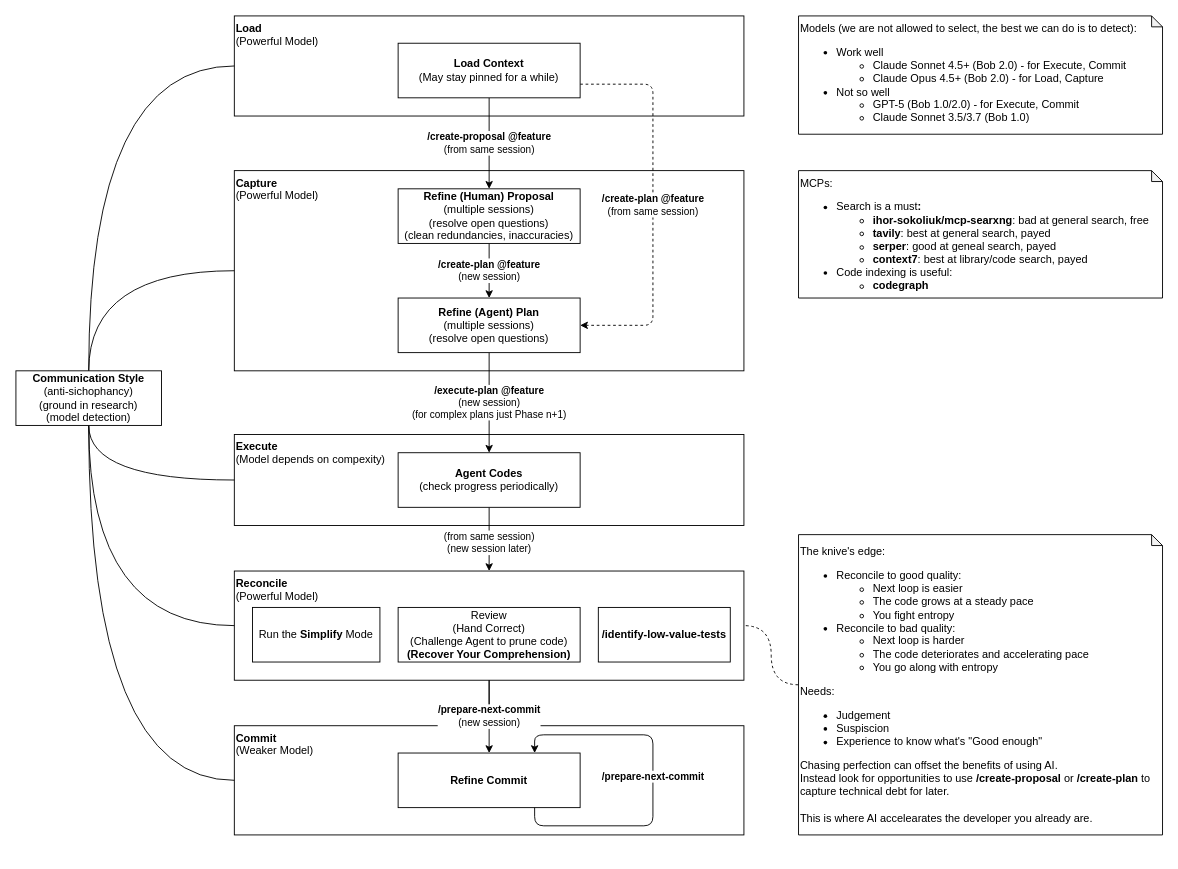
Before: page "flow" (1 of 3) of docs/architecture/architecture.drawio in Todor-Boev-IBM/ratchet, a draw.io diagram. Source tidied: cells renumbered, new cells numbered last; positions are measured from the earlier drawing's top-left corner, leaving out a move shared by most shapes. Both pictures are drawn from the tidied source at 91%, with x=0, y=0 at pixel (15, 15).
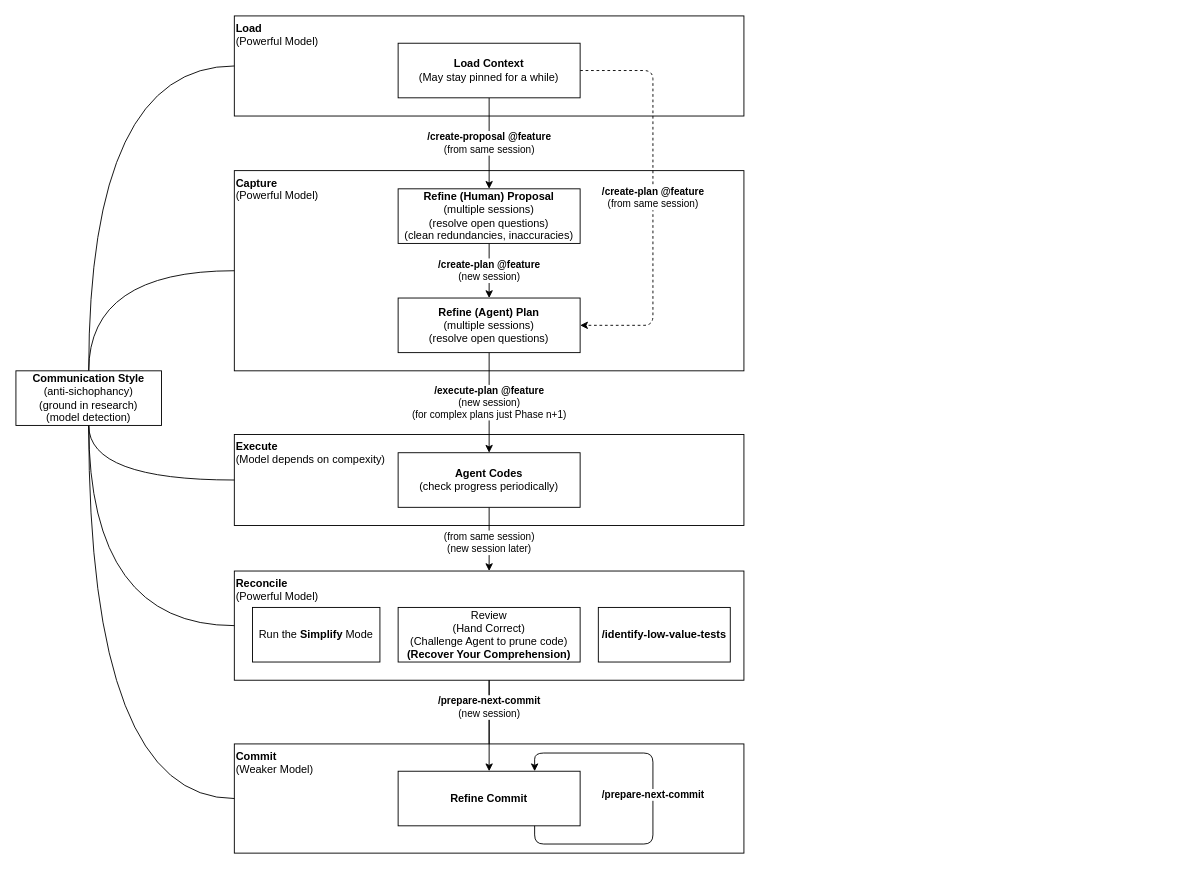
The same page after the edit.

Commit message (it also covers changes not shown here):
docs(architecture): expand ratchet process with models and tools sections

Unchanged cells that the change refers to:
```xml
<mxCell id="5" value="&lt;b&gt;Reconcile&lt;/b&gt;&lt;br&gt;(Powerful Model)" style="rounded=0;whiteSpace=wrap;html=1;arcSize=2;verticalAlign=top;align=left;" parent="1" vertex="1">
  <mxGeometry x="240" y="610" width="560" height="120" as="geometry" />
</mxCell>
<mxCell id="10" value="&lt;b&gt;Load Context&lt;/b&gt;&lt;br&gt;(May stay pinned for a while)" style="rounded=0;whiteSpace=wrap;html=1;" parent="1" vertex="1">
  <mxGeometry x="420" y="30" width="200" height="60" as="geometry" />
</mxCell>
<mxCell id="14" value="&lt;span style=&quot;white-space: nowrap;&quot;&gt;&lt;font&gt;&lt;b style=&quot;&quot;&gt;Refine (Agent) Plan&lt;br&gt;&lt;/b&gt;(multiple sessions)&lt;br&gt;(resolve open questions)&lt;/font&gt;&lt;/span&gt;" style="rounded=0;whiteSpace=wrap;html=1;" parent="1" vertex="1">
  <mxGeometry x="420" y="310" width="200" height="60" as="geometry" />
</mxCell>
```

Change to the diagram source:
```diff
@@
     <mxCell id="4" value="&lt;b&gt;Commit&lt;/b&gt;&lt;br&gt;(Weaker Model)" style="rounded=0;whiteSpace=wrap;html=1;arcSize=2;verticalAlign=top;align=left;" parent="1" vertex="1">
-      <mxGeometry x="240" y="780" width="560" height="120" as="geometry" />
+      <mxGeometry x="240" y="800" width="560" height="120" as="geometry" />
     </mxCell>
@@
-    <mxCell id="9" value="&lt;b&gt;/create-plan @feature&lt;br&gt;&lt;/b&gt;(from same session)" style="edgeStyle=orthogonalEdgeStyle;rounded=1;jettySize=auto;html=1;exitX=1;exitY=0.75;exitDx=0;exitDy=0;entryX=1;entryY=0.5;entryDx=0;entryDy=0;curved=0;dashed=1;" parent="1" edge="1" source="10" target="14">
+    <mxCell id="9" value="&lt;b&gt;/create-plan @feature&lt;br&gt;&lt;/b&gt;(from same session)" style="edgeStyle=orthogonalEdgeStyle;rounded=1;jettySize=auto;html=1;exitX=1;exitY=0.5;exitDx=0;exitDy=0;entryX=1;entryY=0.5;entryDx=0;entryDy=0;curved=0;dashed=1;" parent="1" edge="1" source="10" target="14">
       <mxGeometry relative="1" as="geometry">
         <Array as="points">
-          <mxPoint x="700" y="75" />
+          <mxPoint x="700" y="60" />
           <mxPoint x="700" y="340" />
         </Array>
       </mxGeometry>
     </mxCell>
@@
     <mxCell id="15" value="&lt;b&gt;/prepare-next-commit&lt;/b&gt;&lt;br&gt;(new session)" style="edgeStyle=orthogonalEdgeStyle;rounded=1;jettySize=auto;html=1;exitX=0.5;exitY=1;exitDx=0;exitDy=0;curved=0;entryX=0.5;entryY=0;entryDx=0;entryDy=0;" parent="1" edge="1" source="5" target="18">
-      <mxGeometry relative="1" as="geometry" />
+      <mxGeometry x="-0.4" relative="1" as="geometry" />
     </mxCell>
@@
     <mxCell id="18" value="&lt;b&gt;Refine Commit&lt;/b&gt;" style="rounded=0;whiteSpace=wrap;html=1;" parent="1" vertex="1">
-      <mxGeometry x="420" y="810" width="200" height="60" as="geometry" />
+      <mxGeometry x="420" y="830" width="200" height="60" as="geometry" />
     </mxCell>
@@
     <mxCell id="28" value="&lt;b&gt;/prepare-next-commit&lt;/b&gt;" style="edgeStyle=orthogonalEdgeStyle;rounded=1;orthogonalLoop=1;jettySize=auto;html=1;exitX=0.75;exitY=1;exitDx=0;exitDy=0;entryX=0.75;entryY=0;entryDx=0;entryDy=0;curved=0;innerLoopWaypoints=1;" parent="1" edge="1" source="18" target="18">
       <mxGeometry x="0.02" relative="1" as="geometry">
         <Array as="points">
-          <mxPoint x="570" y="890" />
-          <mxPoint x="700" y="890" />
-          <mxPoint x="700" y="790" />
-          <mxPoint x="570" y="790" />
+          <mxPoint x="570" y="910" />
+          <mxPoint x="700" y="910" />
+          <mxPoint x="700" y="810" />
+          <mxPoint x="570" y="810" />
         </Array>
       </mxGeometry>
     </mxCell>
-    <mxCell id="29" value="&lt;span style=&quot;&quot;&gt;Models (we are not allowed to select, the best we can do is to detect):&lt;/span&gt;&lt;br style=&quot;&quot;&gt;&lt;ul style=&quot;&quot;&gt;&lt;li&gt;Work well&lt;/li&gt;&lt;ul&gt;&lt;li&gt;Claude Sonnet 4.5+ (Bob 2.0) - for Execute, Commit&lt;/li&gt;&lt;li&gt;Claude Opus 4.5+ (Bob 2.0) - for Load, Capture&lt;/li&gt;&lt;/ul&gt;&lt;li&gt;Not so well&lt;/li&gt;&lt;ul&gt;&lt;li&gt;GPT-5 (Bob 1.0/2.0) - for Execute, Commit&lt;/li&gt;&lt;li&gt;Claude Sonnet 3.5/3.7 (Bob 1.0)&lt;/li&gt;&lt;/ul&gt;&lt;/ul&gt;" style="shape=note;whiteSpace=wrap;html=1;backgroundOutline=1;darkOpacity=0.05;size=12;align=left;verticalAlign=top;" parent="1" vertex="1">
-      <mxGeometry x="860" width="400" height="130" as="geometry" />
-    </mxCell>
-    <mxCell id="30" value="&lt;span style=&quot;&quot;&gt;MCPs:&lt;/span&gt;&lt;br style=&quot;&quot;&gt;&lt;div style=&quot;&quot;&gt;&lt;ul&gt;&lt;li&gt;Search is a must&lt;b&gt;:&lt;/b&gt;&lt;/li&gt;&lt;ul&gt;&lt;li&gt;&lt;b&gt;ihor-sokoliuk/mcp-searxng&lt;/b&gt;: bad at general search, free&lt;/li&gt;&lt;li&gt;&lt;b&gt;tavily&lt;/b&gt;: best at general search, payed&lt;/li&gt;&lt;li&gt;&lt;b&gt;serper&lt;/b&gt;: good at geneal search, payed&lt;/li&gt;&lt;li&gt;&lt;b&gt;context7&lt;/b&gt;: best at library/code search, payed&lt;/li&gt;&lt;/ul&gt;&lt;li style=&quot;&quot;&gt;Code indexing is useful:&lt;/li&gt;&lt;ul&gt;&lt;li style=&quot;&quot;&gt;&lt;b&gt;codegraph&lt;/b&gt;&lt;/li&gt;&lt;/ul&gt;&lt;/ul&gt;&lt;/div&gt;" style="shape=note;whiteSpace=wrap;html=1;backgroundOutline=1;darkOpacity=0.05;size=12;align=left;verticalAlign=top;" parent="1" vertex="1">
-      <mxGeometry x="860" y="170" width="400" height="140" as="geometry" />
-    </mxCell>
-    <mxCell id="31" style="edgeStyle=orthogonalEdgeStyle;rounded=0;jettySize=auto;html=1;exitX=0;exitY=0.5;exitDx=0;exitDy=0;exitPerimeter=0;entryX=1;entryY=0.5;entryDx=0;entryDy=0;curved=1;endArrow=none;endFill=0;dashed=1;" parent="1" edge="1" source="32" target="5">
-      <mxGeometry relative="1" as="geometry" />
-    </mxCell>
-    <mxCell id="32" value="&lt;span style=&quot;background-color: transparent; color: light-dark(rgb(0, 0, 0), rgb(255, 255, 255));&quot;&gt;The knive's edge:&lt;/span&gt;&lt;br&gt;&lt;ul&gt;&lt;li&gt;Reconcile to good quality:&lt;/li&gt;&lt;ul&gt;&lt;li&gt;Next loop is easier&lt;/li&gt;&lt;li&gt;The code grows at a steady pace&lt;/li&gt;&lt;li&gt;You fight entropy&lt;/li&gt;&lt;/ul&gt;&lt;li&gt;Reconcile to bad quality:&lt;/li&gt;&lt;ul&gt;&lt;li&gt;Next loop is harder&lt;/li&gt;&lt;li&gt;The code deteriorates and accelerating pace&lt;/li&gt;&lt;li&gt;You go along with entropy&lt;/li&gt;&lt;/ul&gt;&lt;/ul&gt;&lt;div&gt;Needs:&lt;/div&gt;&lt;div&gt;&lt;ul&gt;&lt;li&gt;Judgement&lt;/li&gt;&lt;li&gt;Suspiscion&lt;/li&gt;&lt;li&gt;Experience to know what's &quot;Good enough&quot;&lt;/li&gt;&lt;/ul&gt;&lt;/div&gt;&lt;div&gt;&lt;span style=&quot;background-color: transparent; color: light-dark(rgb(0, 0, 0), rgb(255, 255, 255));&quot;&gt;Chasing perfection can offset the benefits of using AI.&lt;/span&gt;&lt;/div&gt;&lt;div&gt;Instead look for opportunities to use&lt;span style=&quot;background-color: transparent; color: light-dark(rgb(0, 0, 0), rgb(255, 255, 255));&quot;&gt;&amp;nbsp;&lt;/span&gt;&lt;b style=&quot;background-color: transparent; color: light-dark(rgb(0, 0, 0), rgb(255, 255, 255));&quot;&gt;/create-proposal&lt;/b&gt;&lt;span style=&quot;background-color: transparent; color: light-dark(rgb(0, 0, 0), rgb(255, 255, 255));&quot;&gt;&amp;nbsp;or &lt;b&gt;/create-plan&lt;/b&gt; to capture technical debt for later.&lt;/span&gt;&lt;/div&gt;&lt;div&gt;&lt;br&gt;&lt;/div&gt;&lt;div&gt;This is where AI accelearates the developer you already are.&lt;/div&gt;" style="shape=note;whiteSpace=wrap;html=1;backgroundOutline=1;darkOpacity=0.05;size=12;align=left;" parent="1" vertex="1">
-      <mxGeometry x="860" y="570" width="400" height="330" as="geometry" />
-    </mxCell>
```
